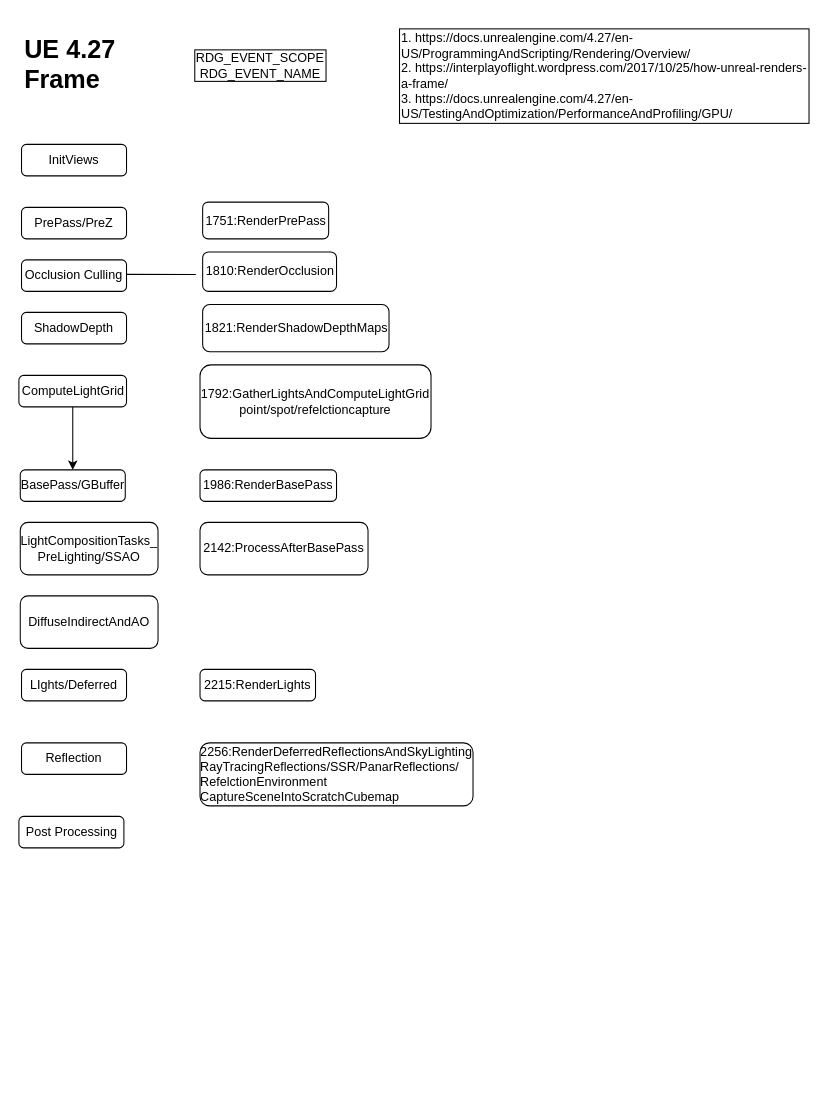
cedarz/UE4Gram keeps this draw.io diagram as UE4Gram.drawio. Above is the earlier version. Source tidied: cells renumbered, new cells numbered last; positions are measured from the earlier drawing's top-left corner, leaving out a move shared by most shapes. Both pictures are drawn from the tidied source at 105%, with x=0, y=0 at pixel (19, 28).
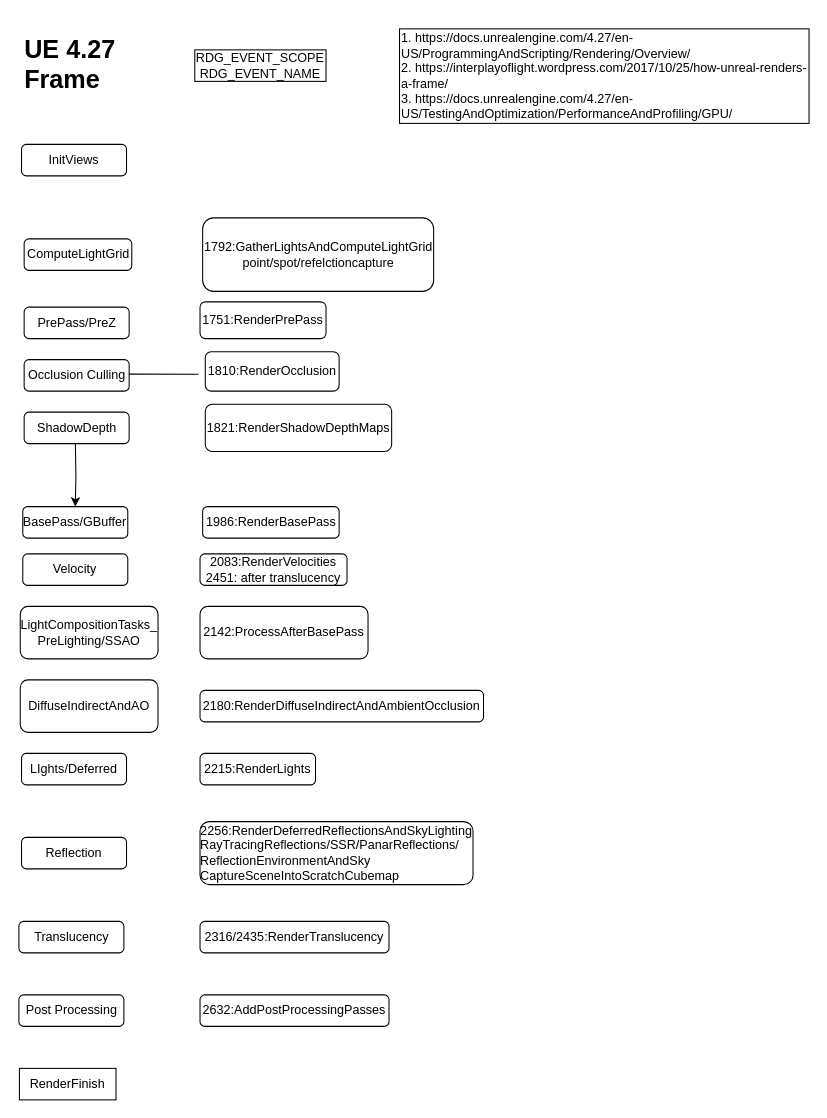
After the change.

Diff of the diagram source:
```diff
@@
     <mxCell id="3" value="PrePass/PreZ" style="rounded=1;whiteSpace=wrap;html=1;" parent="1" vertex="1">
-      <mxGeometry x="2" y="170" width="100" height="30" as="geometry" />
+      <mxGeometry x="4.5" y="265" width="100" height="30" as="geometry" />
     </mxCell>
     <mxCell id="4" value="Occlusion Culling" style="rounded=1;whiteSpace=wrap;html=1;" parent="1" vertex="1">
-      <mxGeometry x="2" y="220" width="100" height="30" as="geometry" />
+      <mxGeometry x="4.5" y="315" width="100" height="30" as="geometry" />
     </mxCell>
     <mxCell id="5" value="ShadowDepth" style="rounded=1;whiteSpace=wrap;html=1;" parent="1" vertex="1">
-      <mxGeometry x="2" y="270" width="100" height="30" as="geometry" />
+      <mxGeometry x="4.5" y="365" width="100" height="30" as="geometry" />
     </mxCell>
-    <mxCell id="6" style="edgeStyle=orthogonalEdgeStyle;rounded=0;jettySize=auto;html=1;" parent="1" edge="1" source="7" target="8">
-      <mxGeometry relative="1" as="geometry" />
+    <mxCell id="6" style="edgeStyle=orthogonalEdgeStyle;rounded=0;jettySize=auto;html=1;" parent="1" edge="1" target="8">
+      <mxGeometry relative="1" as="geometry">
+        <mxPoint x="53.3" y="395" as="sourcePoint" />
+      </mxGeometry>
     </mxCell>
-    <mxCell id="7" value="ComputeLightGrid" style="rounded=1;whiteSpace=wrap;html=1;" parent="1" vertex="1">
-      <mxGeometry x="-0.5" y="330" width="102.5" height="30" as="geometry" />
-    </mxCell>
     <mxCell id="8" value="BasePass/GBuffer" style="rounded=1;whiteSpace=wrap;html=1;" parent="1" vertex="1">
-      <mxGeometry x="0.8" y="420" width="100" height="30" as="geometry" />
+      <mxGeometry x="3.2" y="455" width="100" height="30" as="geometry" />
     </mxCell>
     <mxCell id="9" value="1810:RenderOcclusion" style="whiteSpace=wrap;html=1;rounded=1;" parent="1" vertex="1">
-      <mxGeometry x="174.5" y="212.5" width="127.5" height="37.5" as="geometry" />
+      <mxGeometry x="177" y="307.5" width="127.5" height="37.5" as="geometry" />
     </mxCell>
     <mxCell id="10" style="endArrow=none;html=1;rounded=0;" parent="1" edge="1">
       <mxGeometry relative="1" as="geometry">
-        <mxPoint x="102" y="233.8" as="sourcePoint" />
-        <mxPoint x="168" y="234" as="targetPoint" />
+        <mxPoint x="104.5" y="328.8" as="sourcePoint" />
+        <mxPoint x="170.5" y="329" as="targetPoint" />
       </mxGeometry>
     </mxCell>
-    <mxCell id="11" value="1792:GatherLightsAndComputeLightGrid&lt;br&gt;point/spot/refelctioncapture" style="whiteSpace=wrap;html=1;rounded=1;" parent="1" vertex="1">
-      <mxGeometry x="172" y="320" width="220" height="70" as="geometry" />
-    </mxCell>
     <mxCell id="12" value="LIghts/Deferred" style="rounded=1;whiteSpace=wrap;html=1;" parent="1" vertex="1">
-      <mxGeometry x="2" y="610" width="100" height="30" as="geometry" />
+      <mxGeometry x="2" y="690" width="100" height="30" as="geometry" />
     </mxCell>
     <mxCell id="13" value="LightCompositionTasks_&lt;br&gt;PreLighting/SSAO" style="rounded=1;whiteSpace=wrap;html=1;" parent="1" vertex="1">
-      <mxGeometry x="0.8" y="470" width="131.2" height="50" as="geometry" />
+      <mxGeometry x="0.8" y="550" width="131.2" height="50" as="geometry" />
     </mxCell>
     <mxCell id="14" value="2142:ProcessAfterBasePass" style="rounded=1;whiteSpace=wrap;html=1;" parent="1" vertex="1">
-      <mxGeometry x="172" y="470" width="160" height="50" as="geometry" />
+      <mxGeometry x="172" y="550" width="160" height="50" as="geometry" />
     </mxCell>
     <mxCell id="15" value="1986:RenderBasePass" style="rounded=1;whiteSpace=wrap;html=1;" parent="1" vertex="1">
-      <mxGeometry x="172" y="420" width="130" height="30" as="geometry" />
+      <mxGeometry x="174.5" y="455" width="130" height="30" as="geometry" />
     </mxCell>
     <mxCell id="16" value="Reflection" style="rounded=1;whiteSpace=wrap;html=1;" parent="1" vertex="1">
-      <mxGeometry x="2" y="680" width="100" height="30" as="geometry" />
+      <mxGeometry x="2" y="770" width="100" height="30" as="geometry" />
     </mxCell>
     <mxCell id="17" value="DiffuseIndirectAndAO" style="rounded=1;whiteSpace=wrap;html=1;" parent="1" vertex="1">
-      <mxGeometry x="0.8" y="540" width="131.2" height="50" as="geometry" />
+      <mxGeometry x="0.8" y="620" width="131.2" height="50" as="geometry" />
     </mxCell>
     <mxCell id="18" value="2215:RenderLights" style="rounded=1;whiteSpace=wrap;html=1;" parent="1" vertex="1">
-      <mxGeometry x="172" y="610" width="110" height="30" as="geometry" />
+      <mxGeometry x="172" y="690" width="110" height="30" as="geometry" />
     </mxCell>
-    <mxCell id="19" value="2256:RenderDeferredReflectionsAndSkyLighting&lt;br&gt;&lt;div style=&quot;text-align: left;&quot;&gt;&lt;span style=&quot;background-color: initial;&quot;&gt;RayTracingReflections/SSR/&lt;/span&gt;&lt;span style=&quot;background-color: initial;&quot;&gt;PanarReflections/&lt;/span&gt;&lt;/div&gt;&lt;div style=&quot;text-align: left;&quot;&gt;&lt;span style=&quot;background-color: initial;&quot;&gt;RefelctionEnvironment&lt;/span&gt;&lt;/div&gt;&lt;div style=&quot;text-align: left;&quot;&gt;&lt;span style=&quot;background-color: initial;&quot;&gt;CaptureSceneIntoScratchCubemap&lt;br&gt;&lt;/span&gt;&lt;/div&gt;" style="rounded=1;html=1;whiteSpace=wrap;" parent="1" vertex="1">
-      <mxGeometry x="172" y="680" width="260" height="60" as="geometry" />
+    <mxCell id="19" value="2256:RenderDeferredReflectionsAndSkyLighting&lt;br&gt;&lt;div style=&quot;text-align: left;&quot;&gt;&lt;span style=&quot;background-color: initial;&quot;&gt;RayTracingReflections/SSR/&lt;/span&gt;&lt;span style=&quot;background-color: initial;&quot;&gt;PanarReflections/&lt;/span&gt;&lt;/div&gt;&lt;div style=&quot;text-align: left;&quot;&gt;ReflectionEnvironmentAndSky&lt;br&gt;&lt;/div&gt;&lt;div style=&quot;text-align: left;&quot;&gt;CaptureSceneIntoScratchCubemap&lt;br&gt;&lt;/div&gt;" style="rounded=1;html=1;whiteSpace=wrap;" parent="1" vertex="1">
+      <mxGeometry x="172" y="755" width="260" height="60" as="geometry" />
     </mxCell>
@@
     <mxCell id="21" value="Post Processing" style="rounded=1;whiteSpace=wrap;html=1;" parent="1" vertex="1">
-      <mxGeometry x="-0.5" y="750" width="100" height="30" as="geometry" />
+      <mxGeometry x="-0.5" y="920" width="100" height="30" as="geometry" />
     </mxCell>
@@
     <mxCell id="24" value="1821:RenderShadowDepthMaps" style="whiteSpace=wrap;html=1;rounded=1;" parent="1" vertex="1">
-      <mxGeometry x="174.5" y="262.5" width="177.5" height="45" as="geometry" />
+      <mxGeometry x="177" y="357.5" width="177.5" height="45" as="geometry" />
     </mxCell>
     <mxCell id="25" value="1751:RenderPrePass" style="whiteSpace=wrap;html=1;rounded=1;" parent="1" vertex="1">
-      <mxGeometry x="174.5" y="165" width="120" height="35" as="geometry" />
+      <mxGeometry x="172" y="260" width="120" height="35" as="geometry" />
     </mxCell>
+    <mxCell id="7" value="ComputeLightGrid" style="rounded=1;whiteSpace=wrap;html=1;" parent="1" vertex="1">
+      <mxGeometry x="4.5" y="200" width="102.5" height="30" as="geometry" />
+    </mxCell>
+    <mxCell id="11" value="1792:GatherLightsAndComputeLightGrid&lt;br&gt;point/spot/refelctioncapture" style="whiteSpace=wrap;html=1;rounded=1;" parent="1" vertex="1">
+      <mxGeometry x="174.5" y="180" width="220" height="70" as="geometry" />
+    </mxCell>
+    <mxCell id="26" value="Velocity" style="rounded=1;whiteSpace=wrap;html=1;" parent="1" vertex="1">
+      <mxGeometry x="3.2" y="500" width="100" height="30" as="geometry" />
+    </mxCell>
+    <mxCell id="27" value="2083:RenderVelocities&lt;br&gt;2451: after translucency" style="rounded=1;whiteSpace=wrap;html=1;" parent="1" vertex="1">
+      <mxGeometry x="172" y="500" width="140" height="30" as="geometry" />
+    </mxCell>
+    <mxCell id="28" value="Translucency" style="rounded=1;whiteSpace=wrap;html=1;" parent="1" vertex="1">
+      <mxGeometry x="-0.5" y="850" width="100" height="30" as="geometry" />
+    </mxCell>
+    <mxCell id="29" value="2180:RenderDiffuseIndirectAndAmbientOcclusion" style="rounded=1;whiteSpace=wrap;html=1;" parent="1" vertex="1">
+      <mxGeometry x="172" y="630" width="270" height="30" as="geometry" />
+    </mxCell>
+    <mxCell id="30" value="2316/2435:RenderTranslucency" style="rounded=1;whiteSpace=wrap;html=1;" parent="1" vertex="1">
+      <mxGeometry x="172" y="850" width="180" height="30" as="geometry" />
+    </mxCell>
+    <mxCell id="31" value="2632:AddPostProcessingPasses" style="rounded=1;whiteSpace=wrap;html=1;" parent="1" vertex="1">
+      <mxGeometry x="172" y="920" width="180" height="30" as="geometry" />
+    </mxCell>
+    <mxCell id="32" value="RenderFinish" style="rounded=0;whiteSpace=wrap;html=1;" parent="1" vertex="1">
+      <mxGeometry y="990" width="92" height="30" as="geometry" />
+    </mxCell>
```
